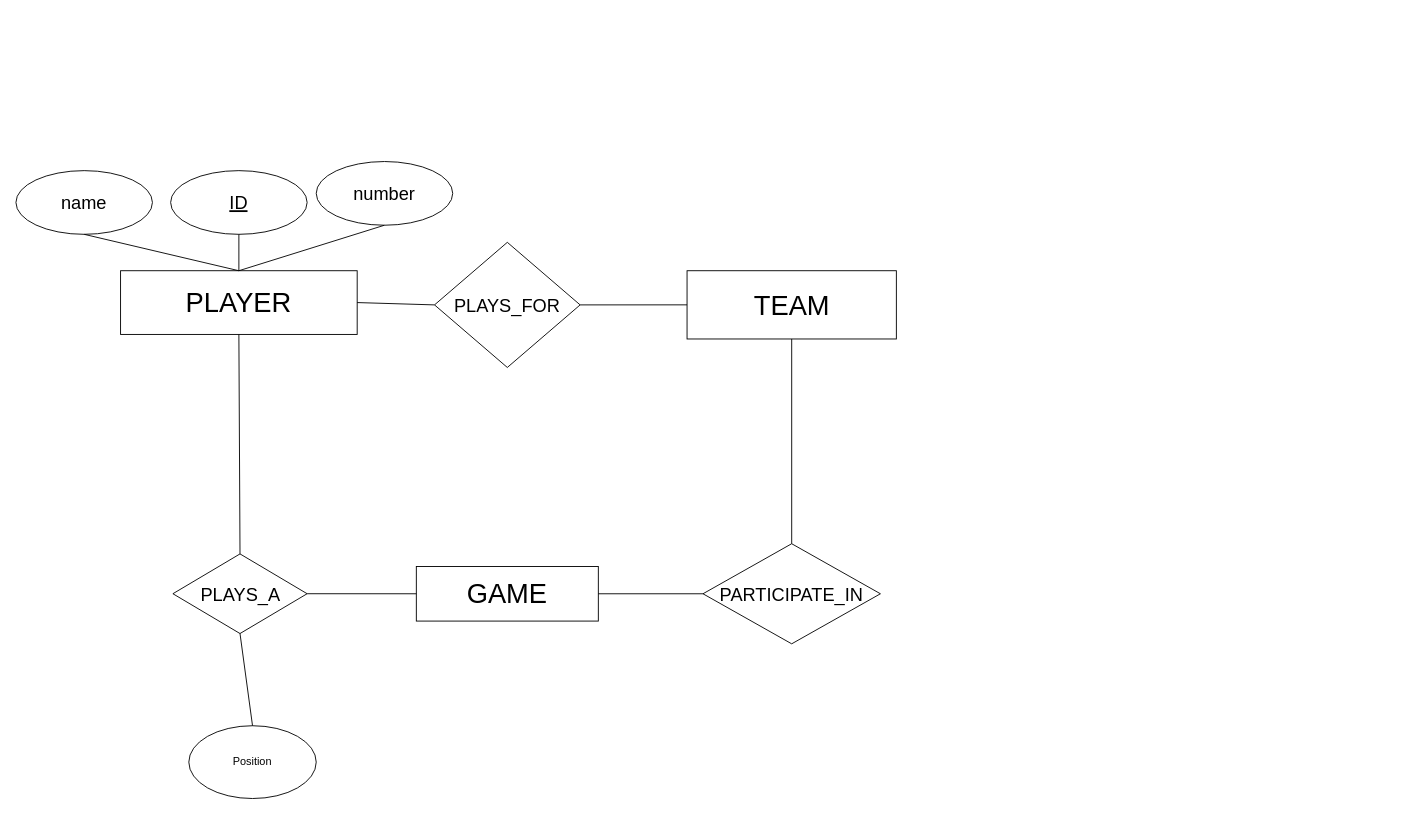
The draw.io diagram Untitled Diagram.drawio in M-Hamdy-M/ERDs, before the edit. Source tidied: cells renumbered, new cells numbered last; positions are measured from the earlier drawing's top-left corner, leaving out a move shared by most shapes. Both pictures are drawn from the tidied source at 91%, with x=0, y=0 at pixel (15, 161).
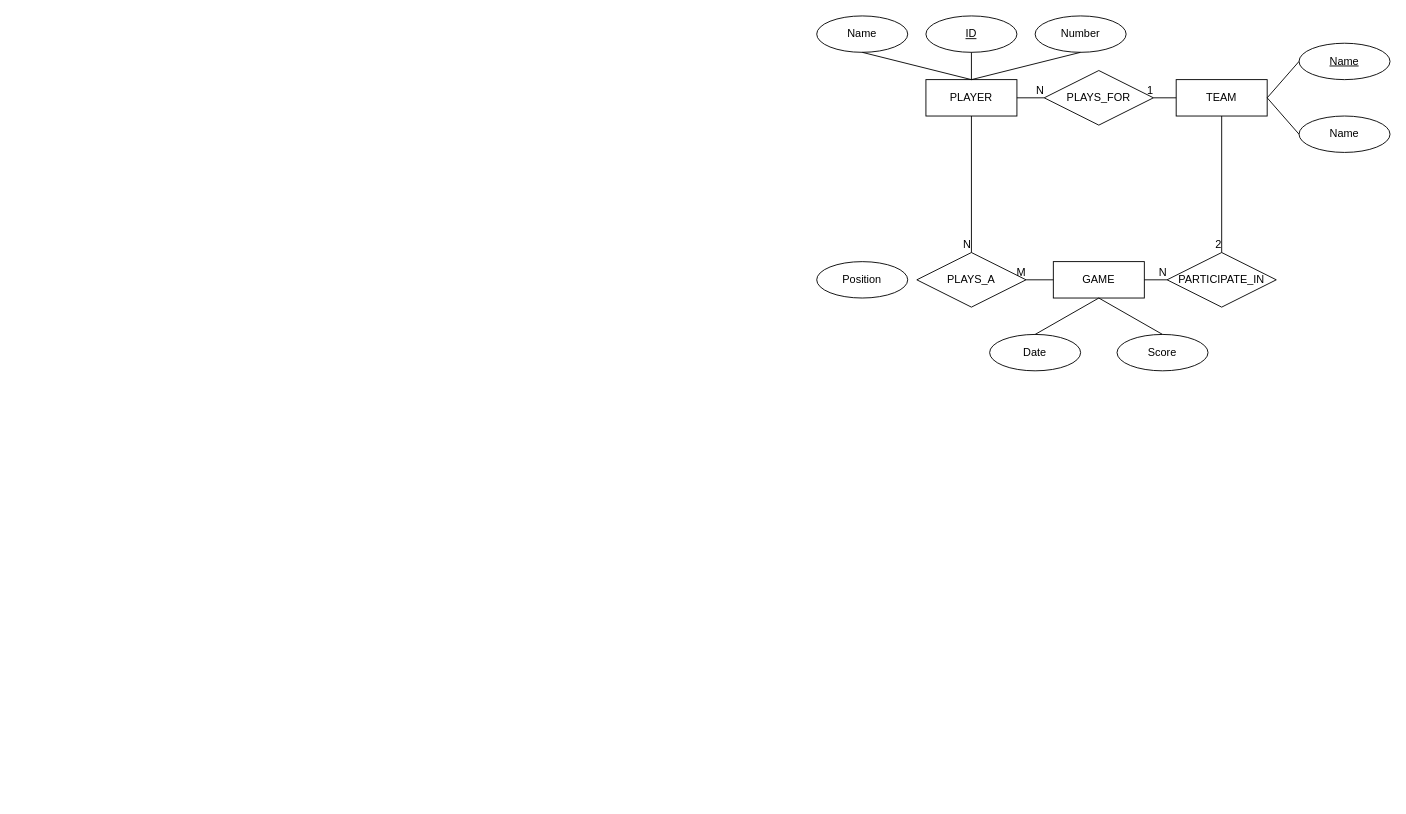
After the change.

Diff of the diagram source:
```diff
@@
+    <mxCell id="6" value="TEAM" style="whiteSpace=wrap;html=1;align=center;" parent="1" vertex="1">
+      <mxGeometry x="1275" y="-90" width="100" height="40" as="geometry" />
+    </mxCell>
-    <mxCell id="2" value="&lt;span style=&quot;font-size: 30px&quot;&gt;PLAYER&lt;/span&gt;" style="rounded=0;whiteSpace=wrap;html=1;" parent="1" vertex="1">
-      <mxGeometry x="115" y="120" width="260" height="70" as="geometry" />
+    <mxCell id="2" value="PLAYER" style="whiteSpace=wrap;html=1;align=center;" parent="1" vertex="1">
+      <mxGeometry x="1000" y="-90" width="100" height="40" as="geometry" />
     </mxCell>
-    <mxCell id="3" value="&lt;font style=&quot;font-size: 20px&quot;&gt;name&lt;/font&gt;" style="ellipse;whiteSpace=wrap;html=1;" parent="1" vertex="1">
-      <mxGeometry y="10" width="150" height="70" as="geometry" />
-    </mxCell>
-    <mxCell id="4" value="&lt;font style=&quot;font-size: 20px&quot;&gt;number&lt;/font&gt;" style="ellipse;whiteSpace=wrap;html=1;" parent="1" vertex="1">
-      <mxGeometry x="330" width="150" height="70" as="geometry" />
-    </mxCell>
+    <mxCell id="14" value="GAME" style="whiteSpace=wrap;html=1;align=center;" parent="1" vertex="1">
+      <mxGeometry x="1140" y="110" width="100" height="40" as="geometry" />
+    </mxCell>
+    <mxCell id="8" value="PLAYS_FOR" style="shape=rhombus;perimeter=rhombusPerimeter;whiteSpace=wrap;html=1;align=center;" parent="1" vertex="1">
+      <mxGeometry x="1130" y="-100" width="120" height="60" as="geometry" />
+    </mxCell>
+    <mxCell id="15" value="PARTICIPATE_IN" style="shape=rhombus;perimeter=rhombusPerimeter;whiteSpace=wrap;html=1;align=center;" parent="1" vertex="1">
+      <mxGeometry x="1265" y="100" width="120" height="60" as="geometry" />
+    </mxCell>
+    <mxCell id="18" value="PLAYS_A" style="shape=rhombus;perimeter=rhombusPerimeter;whiteSpace=wrap;html=1;align=center;" parent="1" vertex="1">
+      <mxGeometry x="990" y="100" width="120" height="60" as="geometry" />
+    </mxCell>
+    <mxCell id="22" value="Name" style="ellipse;whiteSpace=wrap;html=1;align=center;" parent="1" vertex="1">
+      <mxGeometry x="880" y="-160" width="100" height="40" as="geometry" />
+    </mxCell>
+    <mxCell id="23" value="&lt;u&gt;Name&lt;/u&gt;" style="ellipse;whiteSpace=wrap;html=1;align=center;" parent="1" vertex="1">
+      <mxGeometry x="1410" y="-130" width="100" height="40" as="geometry" />
+    </mxCell>
+    <mxCell id="24" value="Number" style="ellipse;whiteSpace=wrap;html=1;align=center;" parent="1" vertex="1">
+      <mxGeometry x="1120" y="-160" width="100" height="40" as="geometry" />
+    </mxCell>
-    <mxCell id="5" value="&lt;font style=&quot;font-size: 20px&quot;&gt;&lt;u&gt;ID&lt;/u&gt;&lt;/font&gt;" style="ellipse;whiteSpace=wrap;html=1;" parent="1" vertex="1">
-      <mxGeometry x="170" y="10" width="150" height="70" as="geometry" />
+    <mxCell id="5" value="&lt;u&gt;ID&lt;/u&gt;" style="ellipse;whiteSpace=wrap;html=1;align=center;" parent="1" vertex="1">
+      <mxGeometry x="1000" y="-160" width="100" height="40" as="geometry" />
     </mxCell>
-    <mxCell id="6" value="&lt;font style=&quot;font-size: 30px&quot;&gt;TEAM&lt;/font&gt;" style="rounded=0;whiteSpace=wrap;html=1;" parent="1" vertex="1">
-      <mxGeometry x="737.5" y="120" width="230" height="75" as="geometry" />
-    </mxCell>
+    <mxCell id="25" value="Score" style="ellipse;whiteSpace=wrap;html=1;align=center;" parent="1" vertex="1">
+      <mxGeometry x="1210" y="190" width="100" height="40" as="geometry" />
+    </mxCell>
+    <mxCell id="26" value="Date" style="ellipse;whiteSpace=wrap;html=1;align=center;" parent="1" vertex="1">
+      <mxGeometry x="1070" y="190" width="100" height="40" as="geometry" />
+    </mxCell>
-    <mxCell id="7" value="Position" style="ellipse;whiteSpace=wrap;html=1;" parent="1" vertex="1">
-      <mxGeometry x="190" y="620" width="140" height="80" as="geometry" />
+    <mxCell id="7" value="Position" style="ellipse;whiteSpace=wrap;html=1;align=center;" parent="1" vertex="1">
+      <mxGeometry x="880" y="110" width="100" height="40" as="geometry" />
     </mxCell>
-    <mxCell id="8" value="&lt;font style=&quot;font-size: 20px&quot;&gt;PLAYS_FOR&lt;/font&gt;" style="rhombus;whiteSpace=wrap;html=1;" parent="1" vertex="1">
-      <mxGeometry x="460" y="88.8" width="160" height="137.5" as="geometry" />
-    </mxCell>
-    <mxCell id="9" style="endArrow=none;html=1;entryX=0.5;entryY=0;entryDx=0;entryDy=0;exitX=0.5;exitY=1;exitDx=0;exitDy=0;" parent="1" edge="1" source="3" target="2">
-      <mxGeometry relative="1" as="geometry" />
-    </mxCell>
+    <mxCell id="27" value="Name" style="ellipse;whiteSpace=wrap;html=1;align=center;" parent="1" vertex="1">
+      <mxGeometry x="1410" y="-50" width="100" height="40" as="geometry" />
+    </mxCell>
+    <mxCell id="28" style="endArrow=none;html=1;rounded=0;entryX=0;entryY=0.5;entryDx=0;entryDy=0;exitX=1;exitY=0.5;exitDx=0;exitDy=0;" parent="1" edge="1" source="2" target="8">
+      <mxGeometry relative="1" as="geometry" />
+    </mxCell>
+    <mxCell id="29" value="N" style="html=1;align=right;verticalAlign=bottom;" parent="28" vertex="1">
+      <mxGeometry x="1" relative="1" as="geometry" />
+    </mxCell>
+    <mxCell id="13" style="endArrow=none;html=1;rounded=0;entryX=1;entryY=0.5;entryDx=0;entryDy=0;exitX=0;exitY=0.5;exitDx=0;exitDy=0;" parent="1" edge="1" source="6" target="8">
+      <mxGeometry relative="1" as="geometry" />
+    </mxCell>
+    <mxCell id="30" value="1" style="html=1;align=right;verticalAlign=bottom;" parent="13" vertex="1">
+      <mxGeometry x="1" relative="1" as="geometry" />
+    </mxCell>
+    <mxCell id="31" style="endArrow=none;html=1;rounded=0;exitX=0;exitY=0.5;exitDx=0;exitDy=0;entryX=1;entryY=0.5;entryDx=0;entryDy=0;" parent="1" edge="1" source="27" target="6">
+      <mxGeometry relative="1" as="geometry" />
+    </mxCell>
+    <mxCell id="32" style="endArrow=none;html=1;rounded=0;entryX=0;entryY=0.5;entryDx=0;entryDy=0;exitX=1;exitY=0.5;exitDx=0;exitDy=0;" parent="1" edge="1" source="6" target="23">
+      <mxGeometry relative="1" as="geometry" />
+    </mxCell>
+    <mxCell id="33" style="endArrow=none;html=1;rounded=0;exitX=0.5;exitY=1;exitDx=0;exitDy=0;entryX=0.5;entryY=0;entryDx=0;entryDy=0;" parent="1" edge="1" source="24" target="2">
+      <mxGeometry relative="1" as="geometry" />
+    </mxCell>
-    <mxCell id="10" style="endArrow=none;html=1;entryX=0.5;entryY=0;entryDx=0;entryDy=0;exitX=0.5;exitY=1;exitDx=0;exitDy=0;" parent="1" edge="1" source="5" target="2">
+    <mxCell id="10" style="endArrow=none;html=1;rounded=0;exitX=0.5;exitY=1;exitDx=0;exitDy=0;entryX=0.5;entryY=0;entryDx=0;entryDy=0;" parent="1" edge="1" source="5" target="2">
       <mxGeometry relative="1" as="geometry" />
     </mxCell>
-    <mxCell id="11" style="endArrow=none;html=1;entryX=0.5;entryY=0;entryDx=0;entryDy=0;exitX=0.5;exitY=1;exitDx=0;exitDy=0;" parent="1" edge="1" source="4" target="2">
-      <mxGeometry relative="1" as="geometry" />
-    </mxCell>
-    <mxCell id="12" style="endArrow=none;html=1;entryX=1;entryY=0.5;entryDx=0;entryDy=0;exitX=0;exitY=0.5;exitDx=0;exitDy=0;" parent="1" edge="1" source="8" target="2">
-      <mxGeometry relative="1" as="geometry" />
-    </mxCell>
-    <mxCell id="13" style="endArrow=none;html=1;entryX=1;entryY=0.5;entryDx=0;entryDy=0;exitX=0;exitY=0.5;exitDx=0;exitDy=0;" parent="1" edge="1" source="6" target="8">
-      <mxGeometry relative="1" as="geometry" />
-    </mxCell>
-    <mxCell id="14" value="&lt;span style=&quot;font-size: 30px&quot;&gt;GAME&lt;/span&gt;" style="rounded=0;whiteSpace=wrap;html=1;" parent="1" vertex="1">
-      <mxGeometry x="440" y="445" width="200" height="60" as="geometry" />
-    </mxCell>
-    <mxCell id="15" value="&lt;span style=&quot;font-size: 20px&quot;&gt;PARTICIPATE_IN&lt;/span&gt;" style="rhombus;whiteSpace=wrap;html=1;" parent="1" vertex="1">
-      <mxGeometry x="755" y="420" width="195" height="110" as="geometry" />
-    </mxCell>
-    <mxCell id="16" style="endArrow=none;html=1;entryX=0.5;entryY=1;entryDx=0;entryDy=0;exitX=0.5;exitY=0;exitDx=0;exitDy=0;" parent="1" edge="1" source="15" target="6">
-      <mxGeometry relative="1" as="geometry" />
-    </mxCell>
-    <mxCell id="17" style="endArrow=none;html=1;exitX=0;exitY=0.5;exitDx=0;exitDy=0;entryX=1;entryY=0.5;entryDx=0;entryDy=0;" parent="1" edge="1" source="15" target="14">
-      <mxGeometry relative="1" as="geometry" />
-    </mxCell>
-    <mxCell id="18" value="&lt;font style=&quot;font-size: 20px&quot;&gt;PLAYS_A&lt;/font&gt;" style="rhombus;whiteSpace=wrap;html=1;" parent="1" vertex="1">
-      <mxGeometry x="172.5" y="431.2" width="147.5" height="87.5" as="geometry" />
-    </mxCell>
-    <mxCell id="19" style="endArrow=none;html=1;entryX=0.5;entryY=1;entryDx=0;entryDy=0;exitX=0.5;exitY=0;exitDx=0;exitDy=0;" parent="1" edge="1" source="18" target="2">
-      <mxGeometry relative="1" as="geometry" />
-    </mxCell>
-    <mxCell id="20" style="endArrow=none;html=1;exitX=1;exitY=0.5;exitDx=0;exitDy=0;entryX=0;entryY=0.5;entryDx=0;entryDy=0;" parent="1" edge="1" source="18" target="14">
-      <mxGeometry relative="1" as="geometry" />
-    </mxCell>
-    <mxCell id="21" style="endArrow=none;html=1;exitX=0.5;exitY=1;exitDx=0;exitDy=0;entryX=0.5;entryY=0;entryDx=0;entryDy=0;" parent="1" edge="1" source="18" target="7">
-      <mxGeometry relative="1" as="geometry" />
-    </mxCell>
+    <mxCell id="34" style="endArrow=none;html=1;rounded=0;exitX=0.5;exitY=0;exitDx=0;exitDy=0;entryX=0.5;entryY=1;entryDx=0;entryDy=0;" parent="1" edge="1" source="2" target="22">
+      <mxGeometry relative="1" as="geometry" />
+    </mxCell>
+    <mxCell id="35" style="endArrow=none;html=1;rounded=0;exitX=0.5;exitY=1;exitDx=0;exitDy=0;entryX=0.5;entryY=0;entryDx=0;entryDy=0;" parent="1" edge="1" source="2" target="18">
+      <mxGeometry relative="1" as="geometry" />
+    </mxCell>
+    <mxCell id="36" value="N" style="html=1;align=right;verticalAlign=bottom;" parent="35" vertex="1">
+      <mxGeometry x="1" relative="1" as="geometry" />
+    </mxCell>
+    <mxCell id="37" style="endArrow=none;html=1;rounded=0;exitX=1;exitY=0.5;exitDx=0;exitDy=0;entryX=0;entryY=0.5;entryDx=0;entryDy=0;" parent="1" edge="1" source="14" target="15">
+      <mxGeometry relative="1" as="geometry" />
+    </mxCell>
+    <mxCell id="38" value="N" style="html=1;align=right;verticalAlign=bottom;" parent="37" vertex="1">
+      <mxGeometry x="1" relative="1" as="geometry" />
+    </mxCell>
+    <mxCell id="39" style="endArrow=none;html=1;rounded=0;exitX=0;exitY=0.5;exitDx=0;exitDy=0;" parent="1" edge="1" source="14" target="18">
+      <mxGeometry relative="1" as="geometry" />
+    </mxCell>
+    <mxCell id="40" value="M" style="html=1;align=right;verticalAlign=bottom;" parent="39" vertex="1">
+      <mxGeometry x="1" relative="1" as="geometry" />
+    </mxCell>
+    <mxCell id="41" style="endArrow=none;html=1;rounded=0;exitX=0.5;exitY=0;exitDx=0;exitDy=0;entryX=0.5;entryY=1;entryDx=0;entryDy=0;" parent="1" edge="1" source="25" target="14">
+      <mxGeometry relative="1" as="geometry" />
+    </mxCell>
+    <mxCell id="42" style="endArrow=none;html=1;rounded=0;entryX=0.5;entryY=0;entryDx=0;entryDy=0;exitX=0.5;exitY=1;exitDx=0;exitDy=0;" parent="1" edge="1" source="14" target="26">
+      <mxGeometry relative="1" as="geometry" />
+    </mxCell>
+    <mxCell id="43" style="endArrow=none;html=1;rounded=0;entryX=0.5;entryY=0;entryDx=0;entryDy=0;exitX=0.5;exitY=1;exitDx=0;exitDy=0;" parent="1" edge="1" source="6" target="15">
+      <mxGeometry relative="1" as="geometry" />
+    </mxCell>
+    <mxCell id="44" value="2" style="html=1;align=right;verticalAlign=bottom;" parent="43" vertex="1">
+      <mxGeometry x="1" relative="1" as="geometry" />
+    </mxCell>
```
